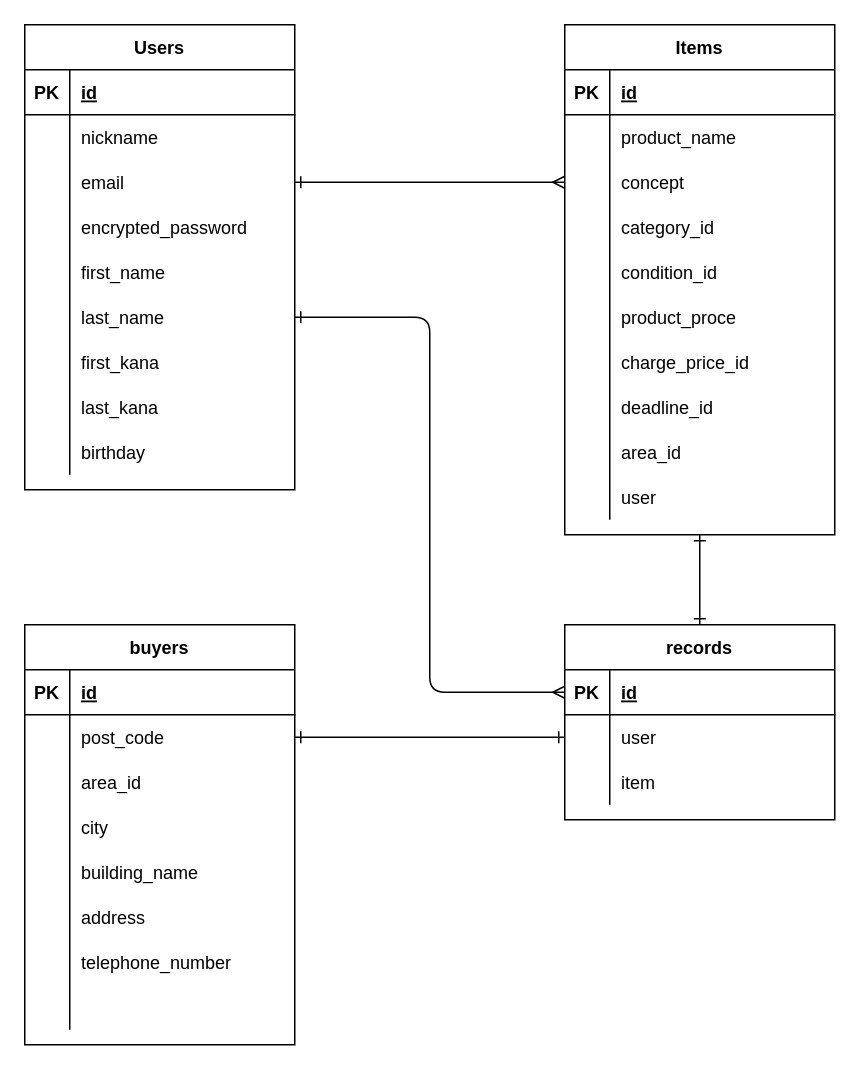
Above: er.dio in SuzukiYoiko/furima-38532 (draw.io), before the change. Source tidied: cells renumbered, new cells numbered last; positions are measured from the earlier drawing's top-left corner, leaving out a move shared by most shapes. Both pictures are drawn from the tidied source at 150%, with x=0, y=0 at pixel (24, 24).
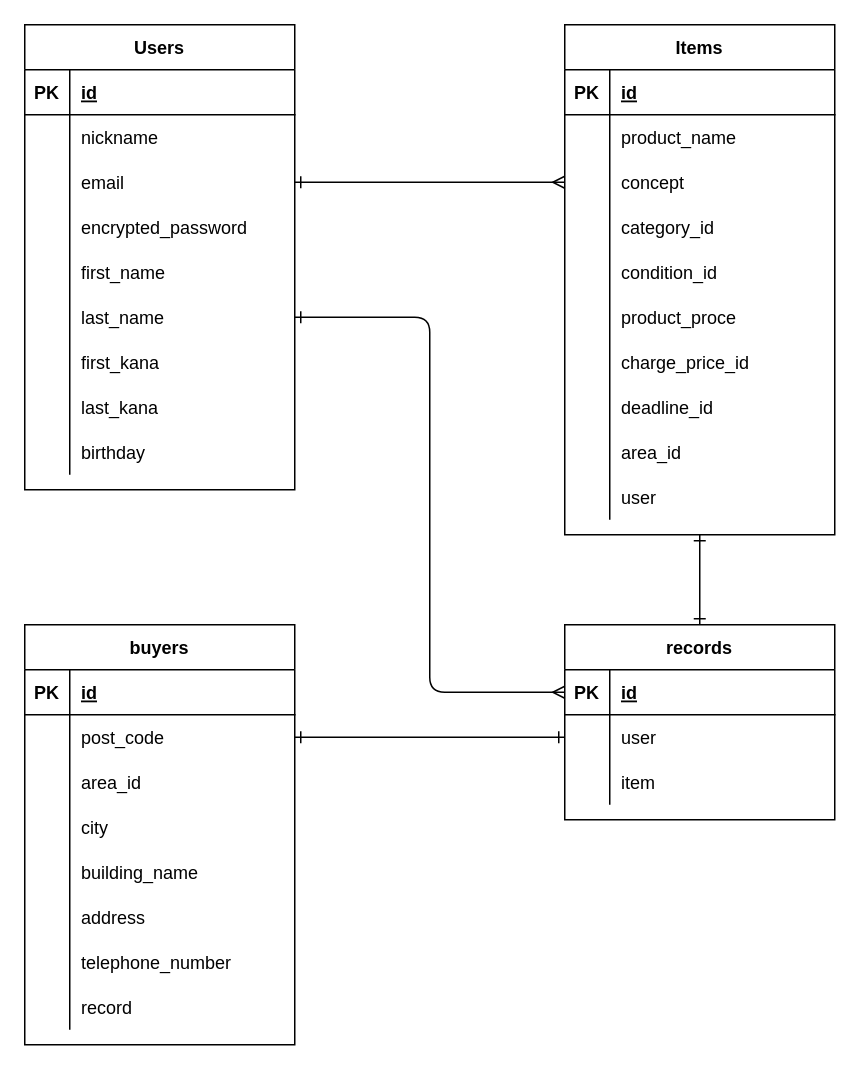
The same diagram, later.

Commit message:
データベース設計の修正5

Unchanged cells that the change refers to:
```xml
<mxCell id="84" style="shape=partialRectangle;fillColor=none;top=0;left=0;bottom=0;right=0;" parent="62" vertex="1">
  <mxGeometry y="240" width="180" height="30" as="geometry" />
</mxCell>
```

What changed in the source:
```diff
@@
-    <mxCell id="86" style="shape=partialRectangle;fillColor=none;top=0;left=0;bottom=0;right=0;align=left;spacingLeft=6;overflow=hidden;" parent="84" vertex="1">
+    <mxCell id="86" value="record" style="shape=partialRectangle;fillColor=none;top=0;left=0;bottom=0;right=0;align=left;spacingLeft=6;overflow=hidden;" parent="84" vertex="1">
       <mxGeometry x="30" width="150" height="30" as="geometry" />
     </mxCell>
```
